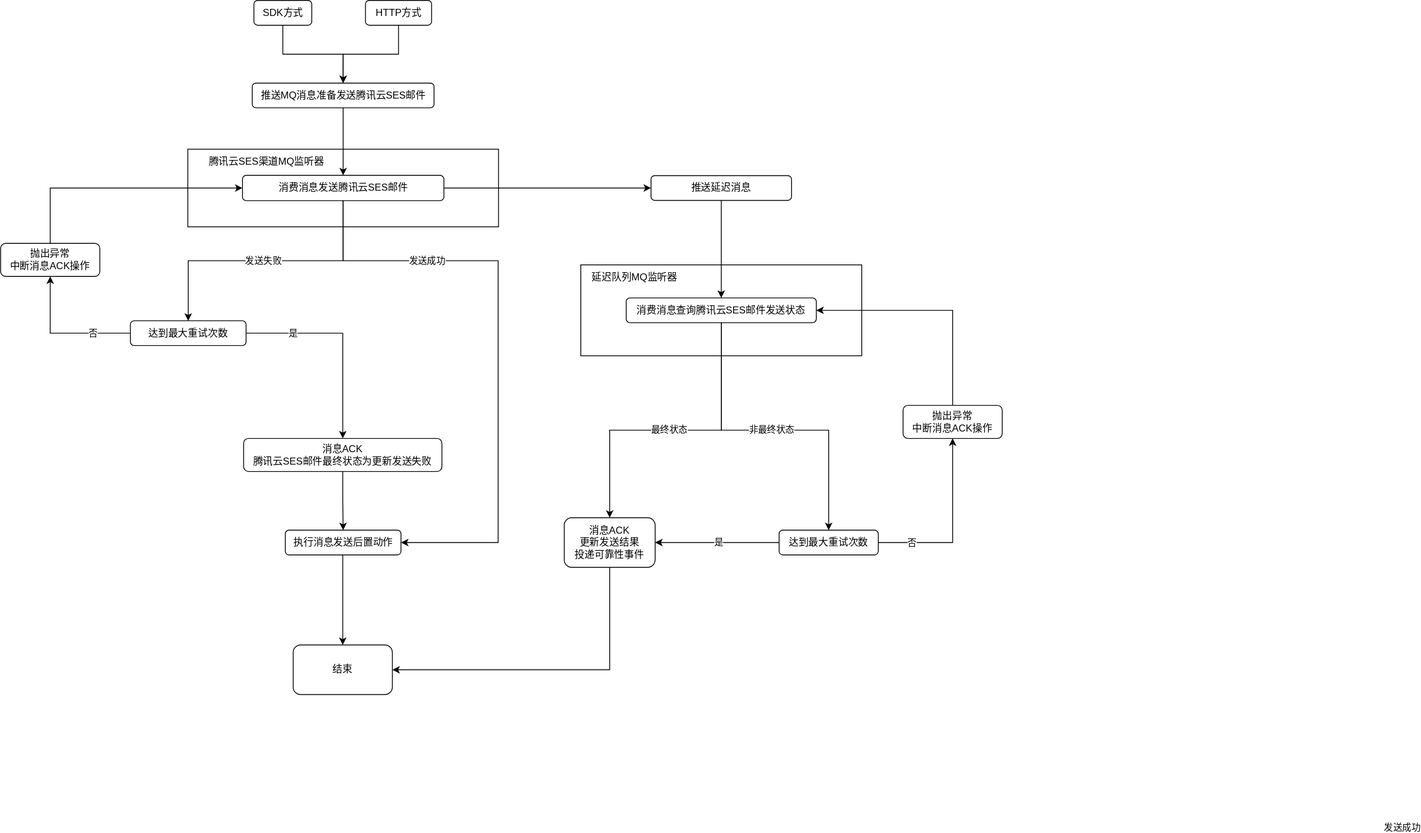
The draw.io diagram 新增消息类型.drawio.svg in 1171229771/draw, before a commit. Source tidied: cells renumbered, new cells last; positions are measured from the earlier drawing's top-left corner, leaving out a move shared by most shapes.
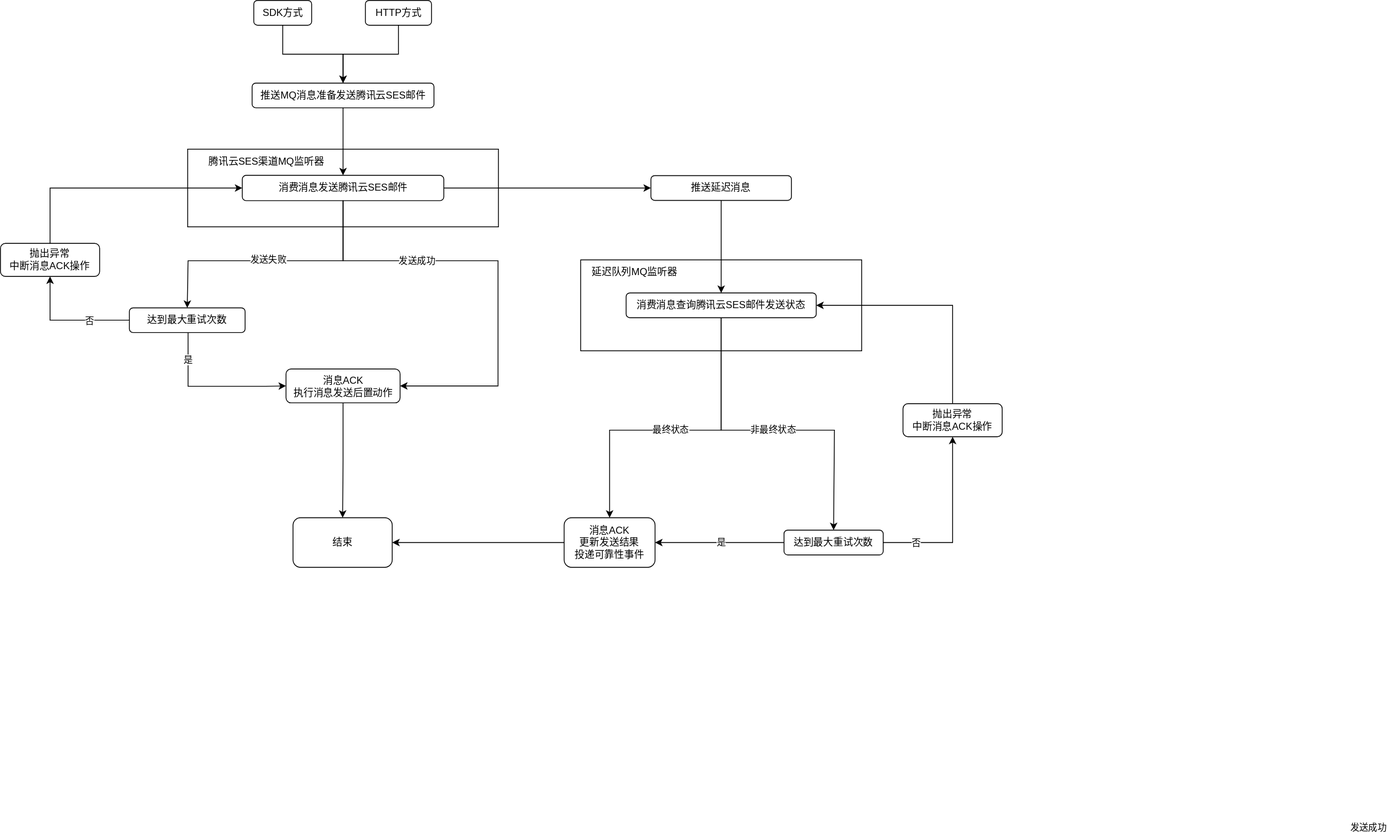
After the commit.

Commit message:
更新新增消息类型.drawio.svg

Diff of the diagram source:
```diff
@@ -3,7 +3,7 @@
     <mxCell id="0" />
     <mxCell id="1" parent="0" />
     <mxCell id="2" style="group;fillColor=default;strokeColor=default;" parent="1" vertex="1">
-      <mxGeometry x="702" y="320" width="340" height="110" as="geometry" />
+      <mxGeometry x="702" y="314" width="340" height="110" as="geometry" />
     </mxCell>
     <mxCell id="3" value="消费消息查询腾讯云SES邮件发送状态" style="rounded=1;whiteSpace=wrap;html=1;" parent="2" vertex="1">
       <mxGeometry x="55" y="40" width="230" height="30" as="geometry" />
@@ -50,55 +50,48 @@
     <mxCell id="17" value="推送延迟消息" style="rounded=1;whiteSpace=wrap;html=1;" parent="1" vertex="1">
       <mxGeometry x="787" y="212" width="170" height="30" as="geometry" />
     </mxCell>
-    <mxCell id="18" style="edgeStyle=orthogonalEdgeStyle;rounded=0;jettySize=auto;html=1;entryX=0.5;entryY=0;entryDx=0;entryDy=0;" parent="1" edge="1" source="22" target="24">
-      <mxGeometry relative="1" as="geometry">
-        <Array as="points">
-          <mxPoint x="414" y="403" />
-        </Array>
-      </mxGeometry>
-    </mxCell>
-    <mxCell id="19" value="是" style="edgeLabel;html=1;align=center;verticalAlign=middle;" parent="18" vertex="1">
-      <mxGeometry x="0.21" y="2" relative="1" as="geometry">
-        <mxPoint x="-63" y="-31" as="offset" />
-      </mxGeometry>
-    </mxCell>
     <mxCell id="20" style="edgeStyle=orthogonalEdgeStyle;rounded=0;jettySize=auto;html=1;" parent="1" edge="1" source="22" target="26">
       <mxGeometry relative="1" as="geometry" />
     </mxCell>
     <mxCell id="21" value="否" style="edgeLabel;html=1;align=center;verticalAlign=middle;" parent="20" vertex="1">
       <mxGeometry x="0.14" y="1" relative="1" as="geometry">
-        <mxPoint x="48" y="-1" as="offset" />
+        <mxPoint x="36" y="-1" as="offset" />
       </mxGeometry>
     </mxCell>
+    <mxCell id="48" style="edgeStyle=orthogonalEdgeStyle;rounded=0;jettySize=auto;html=1;entryX=0;entryY=0.5;entryDx=0;entryDy=0;" parent="1" edge="1" source="22" target="28">
+      <mxGeometry relative="1" as="geometry">
+        <Array as="points">
+          <mxPoint x="227" y="467" />
+          <mxPoint x="321" y="467" />
+        </Array>
+      </mxGeometry>
+    </mxCell>
+    <mxCell id="19" value="是" style="edgeLabel;html=1;align=center;verticalAlign=middle;" parent="48" vertex="1">
+      <mxGeometry x="-0.1" y="2" relative="1" as="geometry">
+        <mxPoint x="-18" y="-31" as="offset" />
+      </mxGeometry>
+    </mxCell>
     <mxCell id="22" value="达到最大重试次数" style="rounded=1;whiteSpace=wrap;html=1;" parent="1" vertex="1">
-      <mxGeometry x="157" y="387.7" width="140" height="30" as="geometry" />
+      <mxGeometry x="156" y="372" width="140" height="30" as="geometry" />
     </mxCell>
-    <mxCell id="23" style="edgeStyle=orthogonalEdgeStyle;rounded=0;jettySize=auto;html=1;entryX=0.5;entryY=0;entryDx=0;entryDy=0;" parent="1" edge="1" source="24" target="28">
-      <mxGeometry relative="1" as="geometry" />
-    </mxCell>
-    <mxCell id="24" value="消息ACK&lt;br&gt;腾讯云SES邮件最终状态为更新发送失败" style="rounded=1;whiteSpace=wrap;html=1;" parent="1" vertex="1">
-      <mxGeometry x="294" y="530" width="240" height="40" as="geometry" />
-    </mxCell>
     <mxCell id="25" style="edgeStyle=orthogonalEdgeStyle;rounded=0;jettySize=auto;html=1;exitX=0.5;exitY=0;exitDx=0;exitDy=0;entryX=0;entryY=0.5;entryDx=0;entryDy=0;" parent="1" edge="1" source="26" target="6">
       <mxGeometry relative="1" as="geometry" />
     </mxCell>
     <mxCell id="26" value="抛出异常&lt;br&gt;中断消息ACK操作" style="rounded=1;whiteSpace=wrap;html=1;" parent="1" vertex="1">
       <mxGeometry y="294" width="120" height="40" as="geometry" />
     </mxCell>
-    <mxCell id="27" style="edgeStyle=orthogonalEdgeStyle;rounded=0;jettySize=auto;html=1;" parent="1" edge="1" source="28">
-      <mxGeometry relative="1" as="geometry">
-        <mxPoint x="414" y="780" as="targetPoint" />
-      </mxGeometry>
+    <mxCell id="27" style="edgeStyle=orthogonalEdgeStyle;rounded=0;jettySize=auto;html=1;entryX=0.5;entryY=0;entryDx=0;entryDy=0;" parent="1" edge="1" source="28" target="45">
+      <mxGeometry relative="1" as="geometry" />
     </mxCell>
-    <mxCell id="28" value="执行消息发送后置动作" style="rounded=1;whiteSpace=wrap;html=1;" parent="1" vertex="1">
-      <mxGeometry x="344.5" y="641" width="140" height="30" as="geometry" />
+    <mxCell id="28" value="消息ACK&lt;br&gt;执行消息发送后置动作" style="rounded=1;whiteSpace=wrap;html=1;" parent="1" vertex="1">
+      <mxGeometry x="345.5" y="446" width="138" height="41" as="geometry" />
     </mxCell>
     <mxCell id="29" style="edgeStyle=orthogonalEdgeStyle;rounded=0;jettySize=auto;html=1;exitX=0.5;exitY=1;exitDx=0;exitDy=0;entryX=1;entryY=0.5;entryDx=0;entryDy=0;" parent="1" edge="1" source="6" target="28">
       <mxGeometry relative="1" as="geometry">
         <Array as="points">
           <mxPoint x="415" y="315" />
           <mxPoint x="602" y="315" />
-          <mxPoint x="602" y="656" />
+          <mxPoint x="602" y="467" />
         </Array>
       </mxGeometry>
     </mxCell>
@@ -109,15 +102,11 @@
     </mxCell>
     <mxCell id="31" value="发送成功" style="edgeLabel;html=1;align=center;verticalAlign=middle;" parent="29" vertex="1">
       <mxGeometry x="-0.59" y="3" relative="1" as="geometry">
-        <mxPoint x="26" y="2" as="offset" />
+        <mxPoint x="53" y="2" as="offset" />
       </mxGeometry>
     </mxCell>
     <mxCell id="32" style="edgeStyle=orthogonalEdgeStyle;rounded=0;jettySize=auto;html=1;entryX=1;entryY=0.5;entryDx=0;entryDy=0;" parent="1" edge="1" source="33" target="45">
-      <mxGeometry relative="1" as="geometry">
-        <Array as="points">
-          <mxPoint x="737" y="810" />
-        </Array>
-      </mxGeometry>
+      <mxGeometry relative="1" as="geometry" />
     </mxCell>
     <mxCell id="33" value="消息ACK&lt;br&gt;更新发送结果&lt;br&gt;投递可靠性事件" style="rounded=1;whiteSpace=wrap;html=1;" parent="1" vertex="1">
       <mxGeometry x="682" y="626" width="110" height="60" as="geometry" />
@@ -132,7 +121,7 @@
     </mxCell>
     <mxCell id="35" value="最终状态" style="edgeLabel;html=1;align=center;verticalAlign=middle;" parent="34" vertex="1">
       <mxGeometry x="0.08" y="-1" width="70" height="30" relative="1" as="geometry">
-        <mxPoint x="-28" y="-14" as="offset" />
+        <mxPoint x="-29" y="-14" as="offset" />
       </mxGeometry>
     </mxCell>
     <mxCell id="36" style="edgeStyle=orthogonalEdgeStyle;rounded=0;jettySize=auto;html=1;entryX=1;entryY=0.5;entryDx=0;entryDy=0;" parent="1" edge="1" source="40" target="33">
@@ -152,40 +141,46 @@
       </mxGeometry>
     </mxCell>
     <mxCell id="40" value="达到最大重试次数" style="rounded=1;whiteSpace=wrap;html=1;" parent="1" vertex="1">
-      <mxGeometry x="942" y="641" width="120" height="30" as="geometry" />
+      <mxGeometry x="948" y="641" width="120" height="30" as="geometry" />
     </mxCell>
     <mxCell id="41" style="edgeStyle=orthogonalEdgeStyle;rounded=0;jettySize=auto;html=1;entryX=1;entryY=0.5;entryDx=0;entryDy=0;exitX=0.5;exitY=0;exitDx=0;exitDy=0;" parent="1" edge="1" source="42" target="3">
       <mxGeometry relative="1" as="geometry">
         <Array as="points">
-          <mxPoint x="1152" y="375" />
+          <mxPoint x="1152" y="369" />
         </Array>
       </mxGeometry>
     </mxCell>
     <mxCell id="42" value="抛出异常&lt;br style=&quot;border-color: var(--border-color);&quot;&gt;中断消息ACK操作" style="whiteSpace=wrap;html=1;rounded=1;" parent="1" vertex="1">
-      <mxGeometry x="1092" y="490" width="120" height="40" as="geometry" />
+      <mxGeometry x="1092" y="488" width="120" height="40" as="geometry" />
     </mxCell>
     <mxCell id="43" style="edgeStyle=orthogonalEdgeStyle;rounded=0;jettySize=auto;html=1;entryX=0.5;entryY=0;entryDx=0;entryDy=0;" parent="1" edge="1" source="3" target="40">
       <mxGeometry relative="1" as="geometry">
         <Array as="points">
           <mxPoint x="872" y="520" />
-          <mxPoint x="1002" y="520" />
+          <mxPoint x="1009" y="520" />
+          <mxPoint x="1009" y="641" />
         </Array>
       </mxGeometry>
     </mxCell>
     <mxCell id="44" value="非最终状态" style="edgeLabel;html=1;align=center;verticalAlign=middle;" parent="43" vertex="1">
       <mxGeometry x="-0.09" y="2" relative="1" as="geometry">
-        <mxPoint x="17" y="1" as="offset" />
+        <mxPoint x="19" y="1" as="offset" />
       </mxGeometry>
     </mxCell>
     <mxCell id="45" value="结束" style="rounded=1;whiteSpace=wrap;html=1;" parent="1" vertex="1">
-      <mxGeometry x="354" y="780" width="120" height="60" as="geometry" />
+      <mxGeometry x="354" y="626" width="120" height="60" as="geometry" />
     </mxCell>
-    <mxCell id="46" style="edgeStyle=orthogonalEdgeStyle;rounded=0;jettySize=auto;html=1;entryX=0.5;entryY=0;entryDx=0;entryDy=0;exitX=0.5;exitY=1;exitDx=0;exitDy=0;" parent="1" edge="1" source="6" target="22">
-      <mxGeometry relative="1" as="geometry" />
+    <mxCell id="46" style="edgeStyle=orthogonalEdgeStyle;rounded=0;jettySize=auto;html=1;exitX=0.5;exitY=1;exitDx=0;exitDy=0;entryX=0.5;entryY=0;entryDx=0;entryDy=0;" parent="1" edge="1" source="6" target="22">
+      <mxGeometry relative="1" as="geometry">
+        <Array as="points">
+          <mxPoint x="415" y="315" />
+          <mxPoint x="227" y="315" />
+        </Array>
+      </mxGeometry>
     </mxCell>
     <mxCell id="47" value="发送失败" style="edgeLabel;html=1;align=center;verticalAlign=middle;" parent="46" vertex="1">
       <mxGeometry x="0.02" y="-3" relative="1" as="geometry">
-        <mxPoint y="2" as="offset" />
+        <mxPoint x="-2" y="1" as="offset" />
       </mxGeometry>
     </mxCell>
   </root>
```
